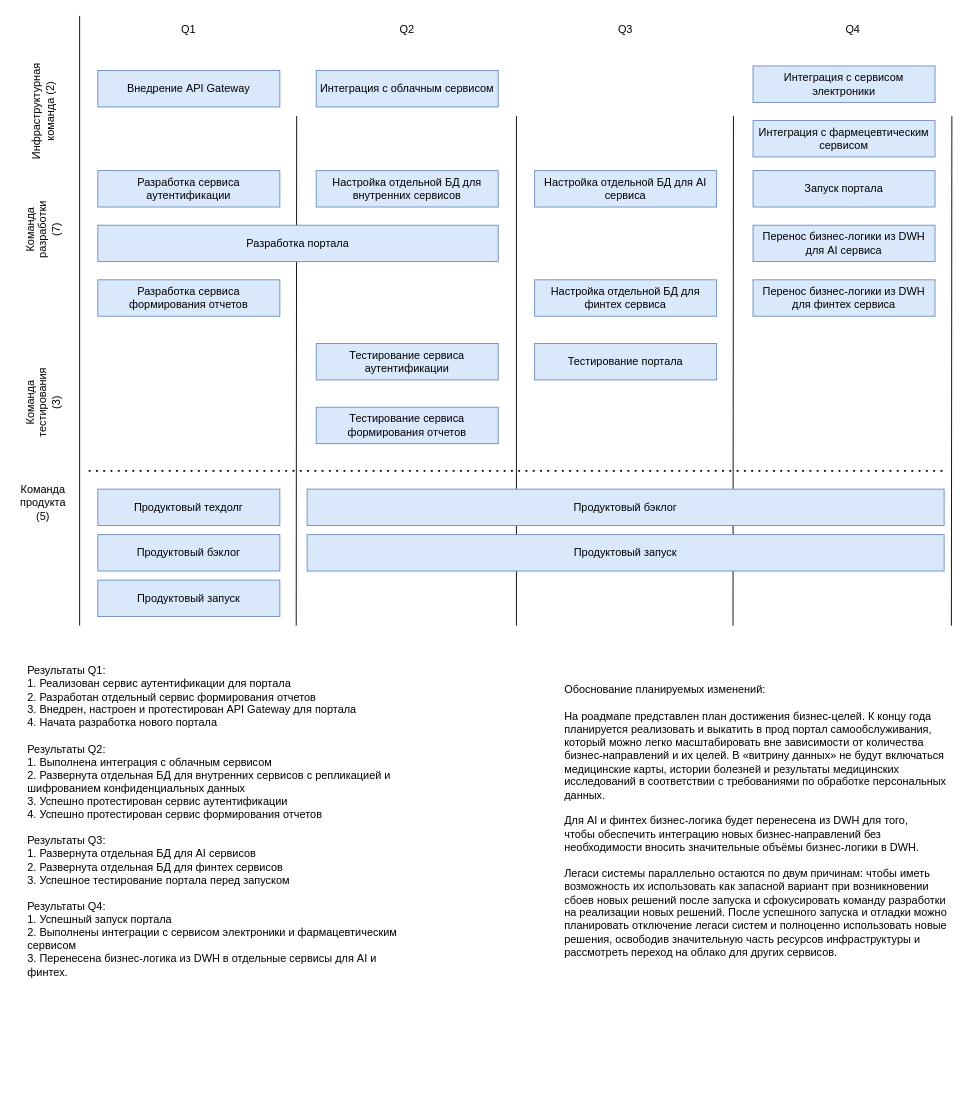
Before: Task 3/task_3_roadmap.drawio in D1mitri/architecture-future_2_0, a draw.io diagram. Source tidied: cells renumbered, new cells numbered last; positions are measured from the earlier drawing's top-left corner, leaving out a move shared by most shapes. Both pictures are drawn from the tidied source at 91%, with x=0, y=0 at pixel (15, 15).
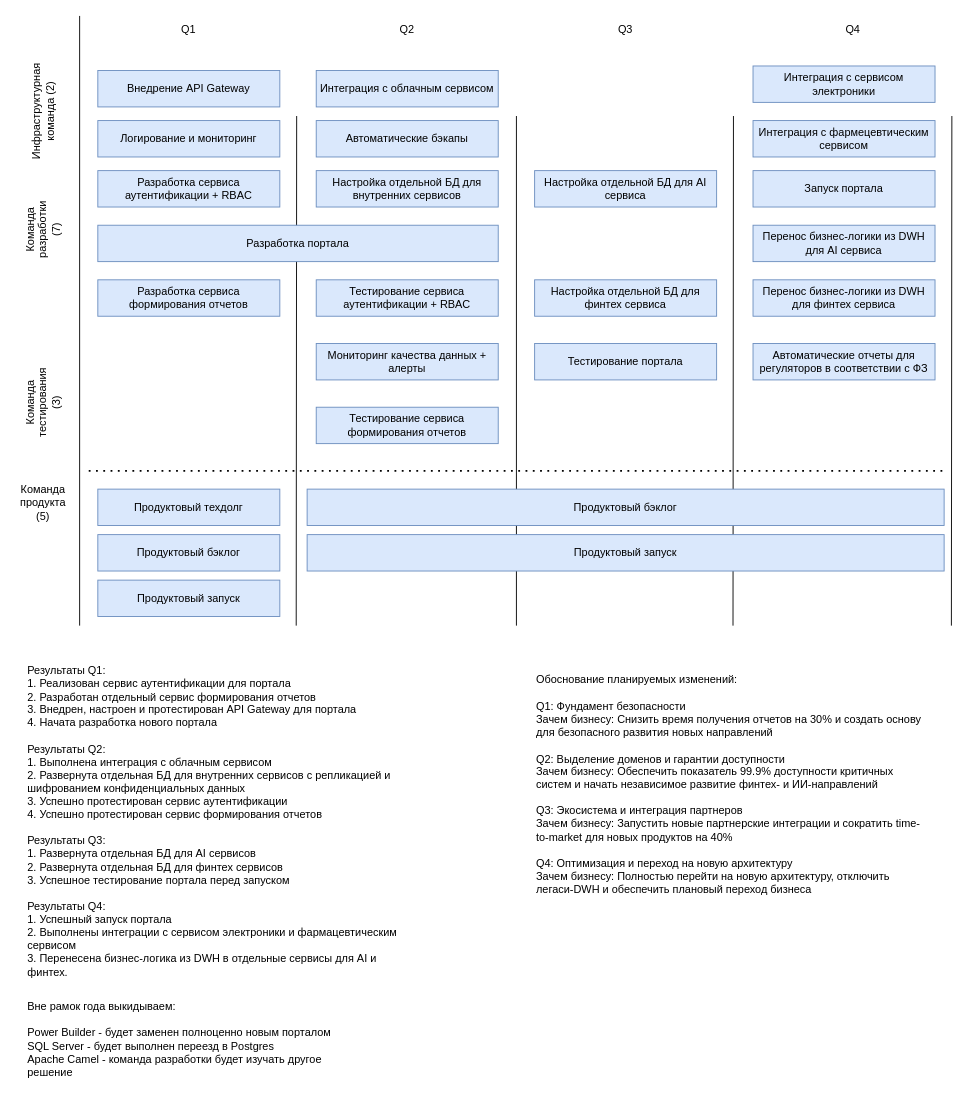
The same diagram, later.

Commit message:
Task 3 update after review

What changed in the source:
```diff
@@
-    <mxCell id="15" value="Разработка сервиса аутентификации" style="rounded=0;whiteSpace=wrap;html=1;fillColor=#dae8fc;strokeColor=#6c8ebf;" parent="1" vertex="1">
+    <mxCell id="15" value="Разработка сервиса аутентификации + RBAC" style="rounded=0;whiteSpace=wrap;html=1;fillColor=#dae8fc;strokeColor=#6c8ebf;" parent="1" vertex="1">
       <mxGeometry x="90" y="170" width="200" height="40" as="geometry" />
     </mxCell>
-    <mxCell id="16" value="Тестирование сервиса аутентификации" style="rounded=0;whiteSpace=wrap;html=1;fillColor=#dae8fc;strokeColor=#6c8ebf;" parent="1" vertex="1">
+    <mxCell id="16" value="Мониторинг качества данных + алерты" style="rounded=0;whiteSpace=wrap;fillColor=#dae8fc;strokeColor=#6c8ebf;" parent="1" vertex="1">
       <mxGeometry x="330" y="360" width="200" height="40" as="geometry" />
     </mxCell>
@@
-    <mxCell id="38" value="Обоснование планируемых изменений:&#10;&#10;На роадмапе представлен план достижения бизнес-целей. К концу года планируется реализовать и выкатить в прод портал самообслуживания, который можно легко масштабировать вне зависимости от количества бизнес-направлений и их целей. В «витрину данных» не будут включаться медицинские карты, истории болезней и результаты медицинских исследований в соответствии с требованиями по обработке персональных данных. &#10;&#10;Для AI и финтех бизнес-логика будет перенесена из DWH для того, чтобы обеспечить интеграцию новых бизнес-направлений без необходимости вносить значительные объёмы бизнес-логики в DWH.&#10;&#10;Легаси системы параллельно остаются по двум причинам: чтобы иметь возможность их использовать как запасной вариант при возникновении сбоев новых решений после запуска и сфокусировать команду разработки на реализации новых решений. После успешного запуска и отладки можно планировать отключение легаси систем и полноценно использовать новые решения, освободив значительную часть ресурсов инфраструктуры и рассмотреть переход на облако для других сервисов." style="text;whiteSpace=wrap;strokeColor=none;fillColor=none;align=left;verticalAlign=middle;rounded=0;" parent="1" vertex="1">
-      <mxGeometry x="601" y="710" width="430" height="350" as="geometry" />
+    <mxCell id="38" value="Обоснование планируемых изменений:&#10;&#10;Q1: Фундамент безопасности&#10;Зачем бизнесу: Снизить время получения отчетов на 30% и создать основу для безопасного развития новых направлений&#10;&#10;Q2: Выделение доменов и гарантии доступности&#10;Зачем бизнесу: Обеспечить показатель 99.9% доступности критичных систем и начать независимое развитие финтех- и ИИ-направлений&#10;&#10;Q3: Экосистема и интеграция партнеров&#10;Зачем бизнесу: Запустить новые партнерские интеграции и сократить time-to-market для новых продуктов на 40%&#10;&#10;Q4: Оптимизация и переход на новую архитектуру&#10;Зачем бизнесу: Полностью перейти на новую архитектуру, отключить легаси-DWH и обеспечить плановый переход бизнеса" style="text;whiteSpace=wrap;strokeColor=none;fillColor=none;align=left;verticalAlign=middle;rounded=0;" parent="1" vertex="1">
+      <mxGeometry x="570" y="670" width="430" height="350" as="geometry" />
     </mxCell>
+    <mxCell id="39" value="Логирование и мониторинг" style="rounded=0;whiteSpace=wrap;html=1;fillColor=#dae8fc;strokeColor=#6c8ebf;" parent="1" vertex="1">
+      <mxGeometry x="90" y="115" width="200" height="40" as="geometry" />
+    </mxCell>
+    <mxCell id="40" value="Автоматические бэкапы" style="rounded=0;whiteSpace=wrap;html=1;fillColor=#dae8fc;strokeColor=#6c8ebf;" parent="1" vertex="1">
+      <mxGeometry x="330" y="115" width="200" height="40" as="geometry" />
+    </mxCell>
+    <mxCell id="41" value="Тестирование сервиса аутентификации + RBAC" style="rounded=0;whiteSpace=wrap;html=1;fillColor=#dae8fc;strokeColor=#6c8ebf;" parent="1" vertex="1">
+      <mxGeometry x="330" y="290" width="200" height="40" as="geometry" />
+    </mxCell>
+    <mxCell id="42" value="Автоматические отчеты для регуляторов в соответствии с ФЗ" style="rounded=0;whiteSpace=wrap;html=1;fillColor=#dae8fc;strokeColor=#6c8ebf;" parent="1" vertex="1">
+      <mxGeometry x="810" y="360" width="200" height="40" as="geometry" />
+    </mxCell>
+    <mxCell id="43" value="Вне рамок года выкидываем:&lt;div&gt;&lt;br&gt;&lt;/div&gt;&lt;div&gt;Power Builder - будет заменен полноценно новым порталом&lt;/div&gt;&lt;div&gt;SQL Server - будет выполнен переезд в Postgres&lt;/div&gt;&lt;div&gt;Apache Camel - команда разработки будет изучать другое решение&lt;/div&gt;" style="text;html=1;whiteSpace=wrap;strokeColor=none;fillColor=none;align=left;verticalAlign=middle;rounded=0;" parent="1" vertex="1">
+      <mxGeometry x="11" y="1110" width="369" height="30" as="geometry" />
+    </mxCell>
```
